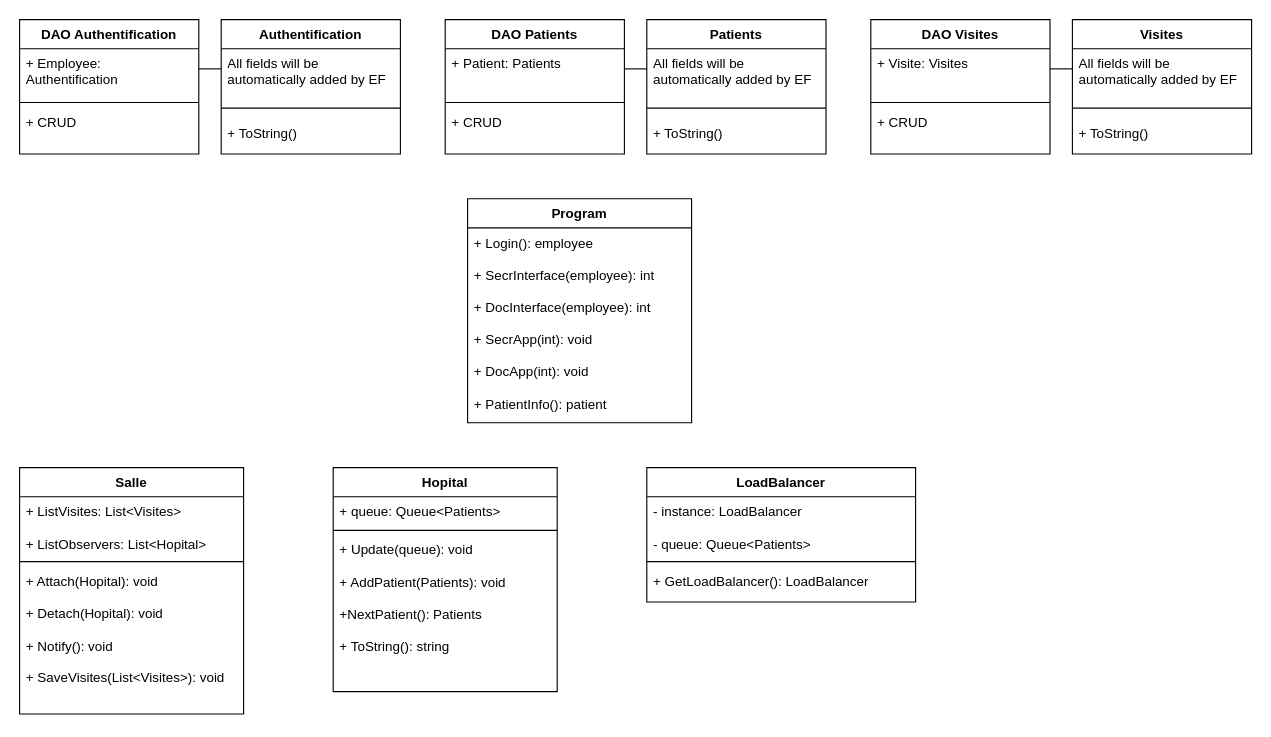
Earlier version of the draw.io diagram DiagHopital.drawio (Pierre-Eloi/AJC_ProjetHopital). Source tidied: cells renumbered, new cells numbered last; positions are measured from the earlier drawing's top-left corner, leaving out a move shared by most shapes. Both pictures are drawn from the tidied source at 112%, with x=0, y=0 at pixel (19, 19).
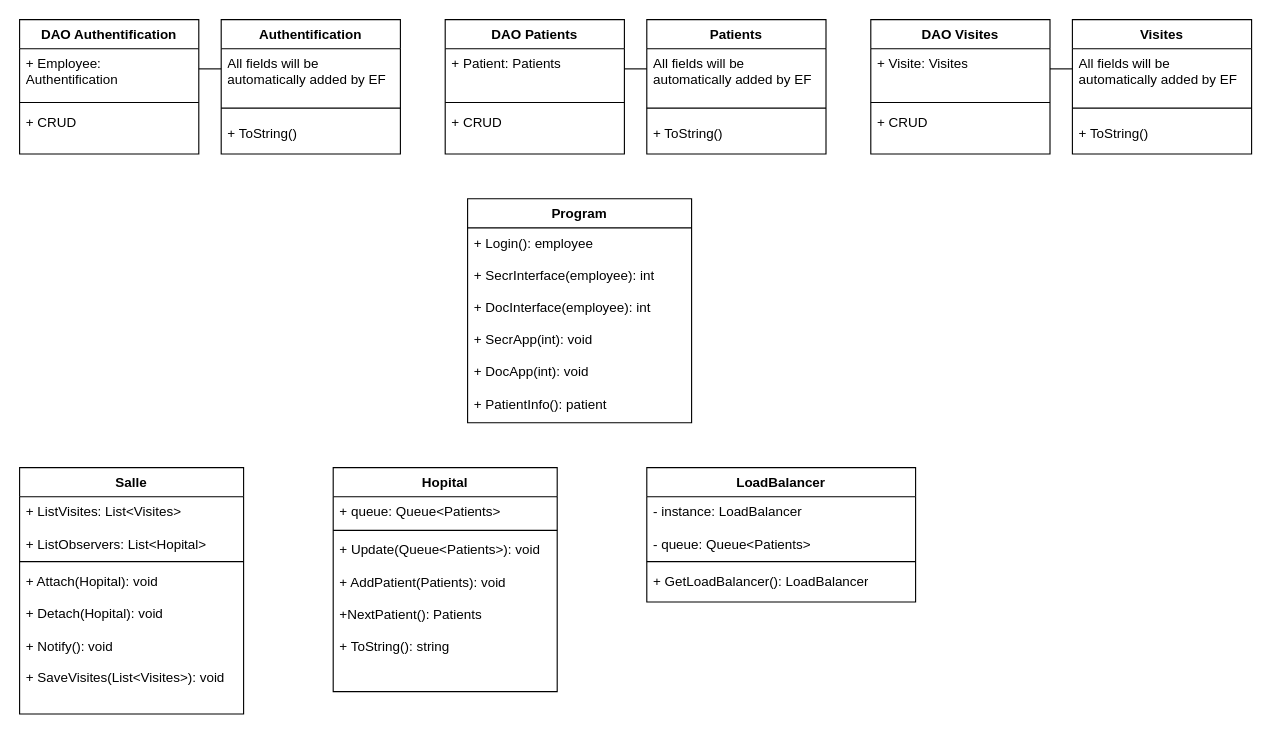
After the change.

Commit message:
Mettre à jour DiagHopital.drawio

The change refers to these unchanged cells:
```xml
<mxCell id="35" value="Hopital" style="swimlane;fontStyle=1;align=center;verticalAlign=top;horizontal=1;startSize=26;whiteSpace=wrap;html=1;" parent="1" vertex="1">
  <mxGeometry x="280" y="400" width="200" height="200" as="geometry" />
</mxCell>
```

Diff of the diagram source:
```diff
@@
-    <mxCell id="38" value="+ Update(queue): void&lt;br&gt;&lt;br&gt;+ AddPatient(Patients): void&lt;br&gt;&lt;br&gt;+NextPatient(): Patients&lt;br&gt;&lt;br&gt;+ ToString(): string" style="text;strokeColor=none;fillColor=none;align=left;verticalAlign=top;spacingLeft=4;spacingRight=4;overflow=hidden;whiteSpace=wrap;html=1;" parent="35" vertex="1">
+    <mxCell id="38" value="+ Update(Queue&amp;lt;Patients&amp;gt;): void&lt;br&gt;&lt;br&gt;+ AddPatient(Patients): void&lt;br&gt;&lt;br&gt;+NextPatient(): Patients&lt;br&gt;&lt;br&gt;+ ToString(): string" style="text;strokeColor=none;fillColor=none;align=left;verticalAlign=top;spacingLeft=4;spacingRight=4;overflow=hidden;whiteSpace=wrap;html=1;" parent="35" vertex="1">
       <mxGeometry y="60" width="200" height="140" as="geometry" />
     </mxCell>
```
